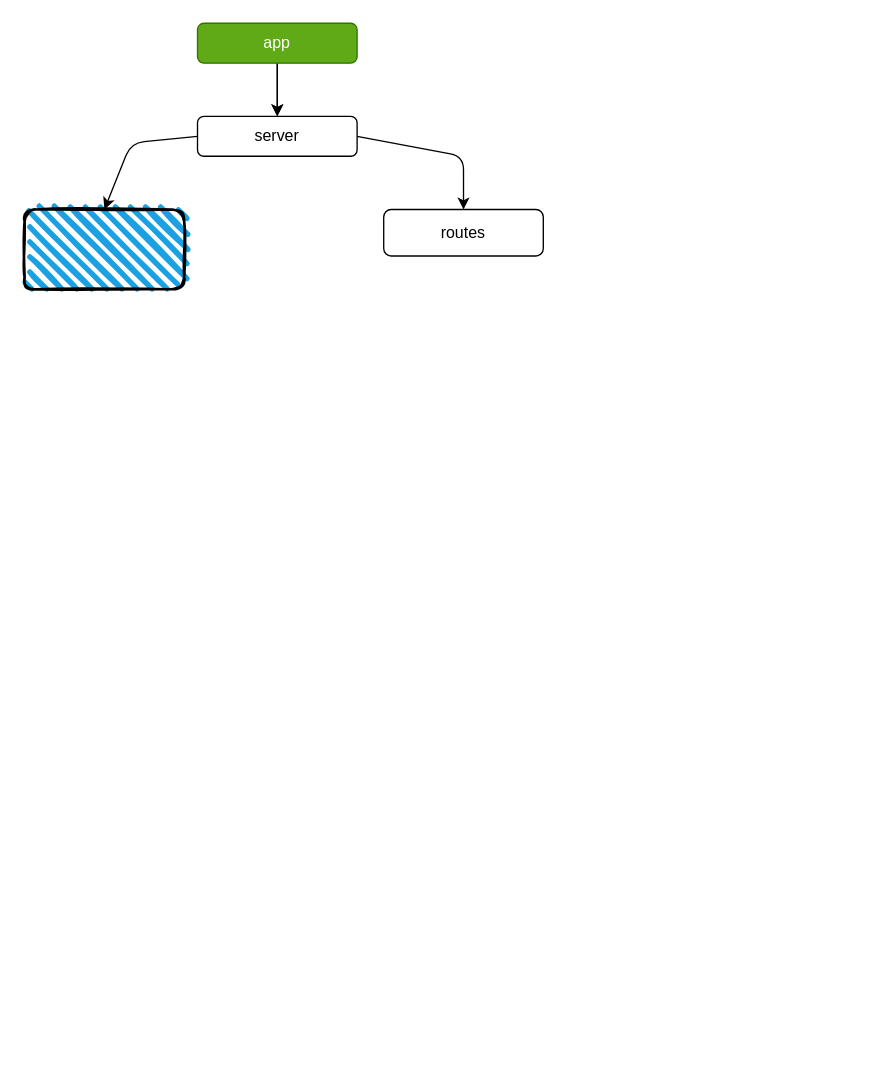
This is diagrama1.drawio from marcelopuyo/user-store, a draw.io file, before an edit. Source tidied: cells renumbered, new cells numbered last; positions are measured from the earlier drawing's top-left corner, leaving out a move shared by most shapes. Both pictures are drawn from the tidied source at 133%, with x=0, y=0 at pixel (24, 23).
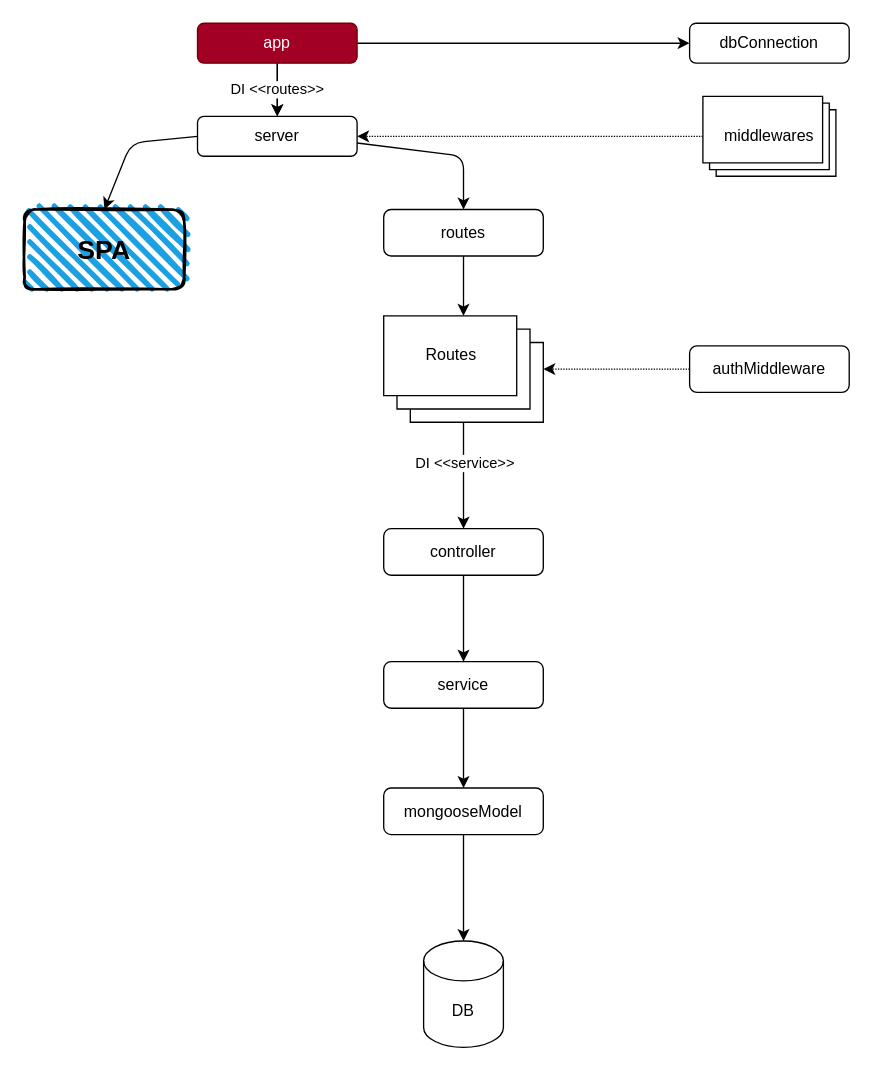
The same diagram, later.

The change refers to these unchanged cells:
```xml
<mxCell id="7" value="server" style="rounded=1;whiteSpace=wrap;html=1;arcSize=16;" parent="1" vertex="1">
  <mxGeometry x="130" y="70" width="120" height="30" as="geometry" />
</mxCell>
<mxCell id="8" value="routes" style="whiteSpace=wrap;html=1;rounded=1;arcSize=16;" parent="1" vertex="1">
  <mxGeometry x="270" y="140" width="120" height="35" as="geometry" />
</mxCell>
```

What changed in the source:
```diff
@@
-    <mxCell id="3" style="edgeStyle=none;html=1;" parent="1" edge="1" source="4" target="7">
+    <mxCell id="3" value="DI &amp;lt;&amp;lt;routes&amp;gt;&amp;gt;" style="edgeStyle=none;html=1;" parent="1" edge="1" source="4" target="7">
       <mxGeometry relative="1" as="geometry" />
     </mxCell>
+    <mxCell id="10" style="edgeStyle=none;html=1;entryX=0;entryY=0.5;entryDx=0;entryDy=0;" parent="1" edge="1" source="4" target="25">
+      <mxGeometry relative="1" as="geometry" />
+    </mxCell>
-    <mxCell id="4" value="app" style="rounded=1;whiteSpace=wrap;html=1;arcSize=16;fillColor=#60a917;fontColor=#ffffff;strokeColor=#2D7600;" parent="1" vertex="1">
+    <mxCell id="4" value="app" style="rounded=1;whiteSpace=wrap;html=1;arcSize=16;fillColor=#a20025;fontColor=#ffffff;strokeColor=#6F0000;" parent="1" vertex="1">
       <mxGeometry x="130" width="120" height="30" as="geometry" />
     </mxCell>
-    <mxCell id="5" style="edgeStyle=none;html=1;exitX=1;exitY=0.5;exitDx=0;exitDy=0;" parent="1" edge="1" source="7" target="8">
+    <mxCell id="5" style="edgeStyle=none;html=1;" parent="1" edge="1" target="8">
       <mxGeometry relative="1" as="geometry">
+        <mxPoint x="250" y="90" as="sourcePoint" />
         <Array as="points">
           <mxPoint x="330" y="100" />
         </Array>
       </mxGeometry>
     </mxCell>
@@
+    <mxCell id="11" style="edgeStyle=none;html=1;" parent="1" edge="1" source="8" target="14">
+      <mxGeometry relative="1" as="geometry" />
+    </mxCell>
@@
-    <mxCell id="9" style="rounded=1;whiteSpace=wrap;html=1;strokeWidth=2;fillWeight=4;hachureGap=8;hachureAngle=45;fillColor=#1ba1e2;sketch=1;" parent="1" vertex="1">
+    <mxCell id="9" value="SPA" style="rounded=1;whiteSpace=wrap;html=1;strokeWidth=2;fillWeight=4;hachureGap=8;hachureAngle=45;fillColor=#1ba1e2;sketch=1;fontStyle=1;fontSize=20;" parent="1" vertex="1">
       <mxGeometry y="140" width="120" height="60" as="geometry" />
     </mxCell>
+    <mxCell id="12" style="edgeStyle=none;html=1;" parent="1" edge="1" source="14" target="20">
+      <mxGeometry relative="1" as="geometry" />
+    </mxCell>
+    <mxCell id="13" value="DI &amp;lt;&amp;lt;service&amp;gt;&amp;gt;" style="edgeLabel;html=1;align=center;verticalAlign=middle;" parent="12" vertex="1">
+      <mxGeometry x="-0.43" y="-1" relative="1" as="geometry">
+        <mxPoint x="1" y="7" as="offset" />
+      </mxGeometry>
+    </mxCell>
+    <mxCell id="14" value="Routes" style="verticalLabelPosition=bottom;verticalAlign=middle;html=1;shape=mxgraph.basic.layered_rect;dx=20;outlineConnect=0;whiteSpace=wrap;rounded=1;arcSize=16;movableLabel=1;comic=0;" parent="1" vertex="1">
+      <mxGeometry x="270" y="220" width="120" height="80" as="geometry">
+        <mxPoint x="-9" y="-90" as="offset" />
+      </mxGeometry>
+    </mxCell>
+    <mxCell id="15" style="edgeStyle=none;html=1;dashed=1;dashPattern=1 1;" parent="1" edge="1" source="16" target="14">
+      <mxGeometry relative="1" as="geometry" />
+    </mxCell>
+    <mxCell id="16" value="authMiddleware" style="whiteSpace=wrap;html=1;rounded=1;arcSize=16;" parent="1" vertex="1">
+      <mxGeometry x="500" y="242.5" width="120" height="35" as="geometry" />
+    </mxCell>
+    <mxCell id="17" style="edgeStyle=none;html=1;entryX=1;entryY=0.5;entryDx=0;entryDy=0;dashed=1;dashPattern=1 1;" parent="1" edge="1" source="18" target="7">
+      <mxGeometry relative="1" as="geometry" />
+    </mxCell>
+    <mxCell id="18" value="middlewares" style="verticalLabelPosition=middle;verticalAlign=middle;html=1;shape=mxgraph.basic.layered_rect;dx=10;outlineConnect=0;whiteSpace=wrap;shadow=0;comic=0;sketch=0;labelPosition=center;align=center;" parent="1" vertex="1">
+      <mxGeometry x="510" y="55" width="100" height="60" as="geometry" />
+    </mxCell>
+    <mxCell id="19" style="edgeStyle=none;html=1;" parent="1" edge="1" source="20" target="22">
+      <mxGeometry relative="1" as="geometry" />
+    </mxCell>
+    <mxCell id="20" value="controller" style="whiteSpace=wrap;html=1;rounded=1;arcSize=16;" parent="1" vertex="1">
+      <mxGeometry x="270" y="380" width="120" height="35" as="geometry" />
+    </mxCell>
+    <mxCell id="21" style="edgeStyle=none;html=1;" parent="1" edge="1" source="22" target="24">
+      <mxGeometry relative="1" as="geometry" />
+    </mxCell>
+    <mxCell id="22" value="service" style="whiteSpace=wrap;html=1;rounded=1;arcSize=16;" parent="1" vertex="1">
+      <mxGeometry x="270" y="480" width="120" height="35" as="geometry" />
+    </mxCell>
+    <mxCell id="23" style="edgeStyle=none;html=1;" parent="1" edge="1" source="24" target="26">
+      <mxGeometry relative="1" as="geometry" />
+    </mxCell>
+    <mxCell id="24" value="mongooseModel" style="whiteSpace=wrap;html=1;rounded=1;arcSize=16;" parent="1" vertex="1">
+      <mxGeometry x="270" y="575" width="120" height="35" as="geometry" />
+    </mxCell>
+    <mxCell id="25" value="dbConnection" style="rounded=1;whiteSpace=wrap;html=1;arcSize=16;" parent="1" vertex="1">
+      <mxGeometry x="500" width="120" height="30" as="geometry" />
+    </mxCell>
+    <mxCell id="26" value="DB" style="shape=cylinder3;whiteSpace=wrap;html=1;boundedLbl=1;backgroundOutline=1;size=15;shadow=0;comic=0;sketch=0;" parent="1" vertex="1">
+      <mxGeometry x="300" y="690" width="60" height="80" as="geometry" />
+    </mxCell>
```
